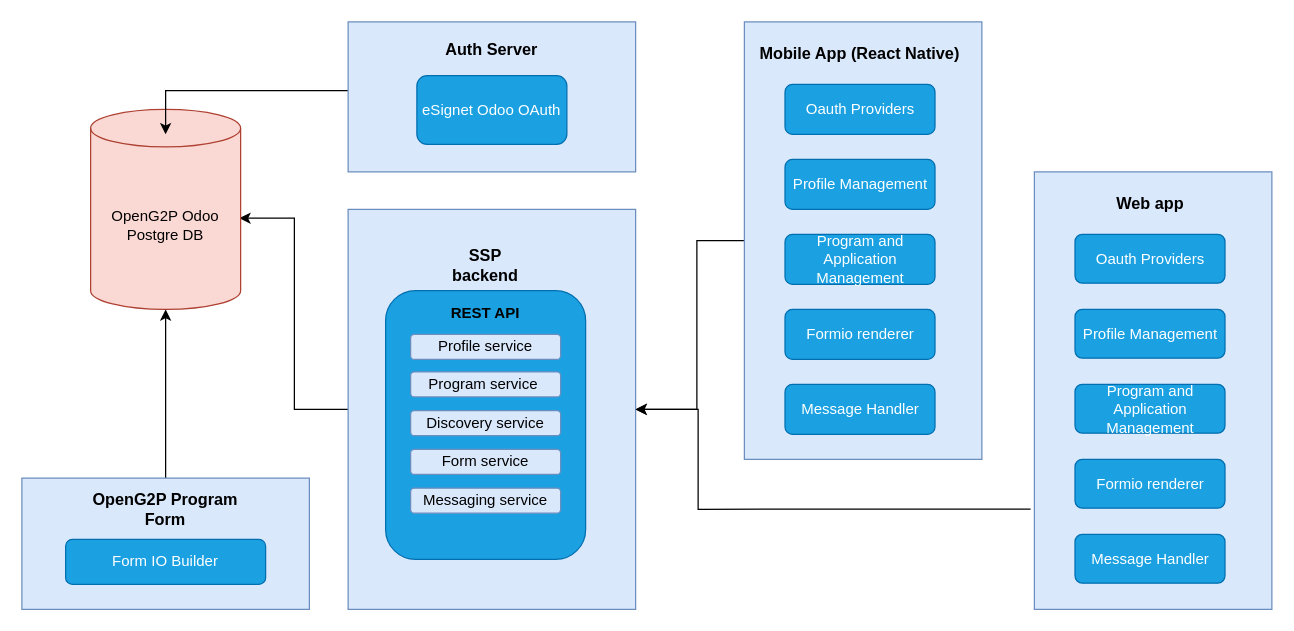
Above: .gitbook/assets/self-service-portal.drawio in OpenG2P/openg2p-documentation (draw.io), before the change. Source tidied: cells renumbered, new cells numbered last; positions are measured from the earlier drawing's top-left corner, leaving out a move shared by most shapes. Both pictures are drawn from the tidied source at 125%, with x=0, y=0 at pixel (21, 21).
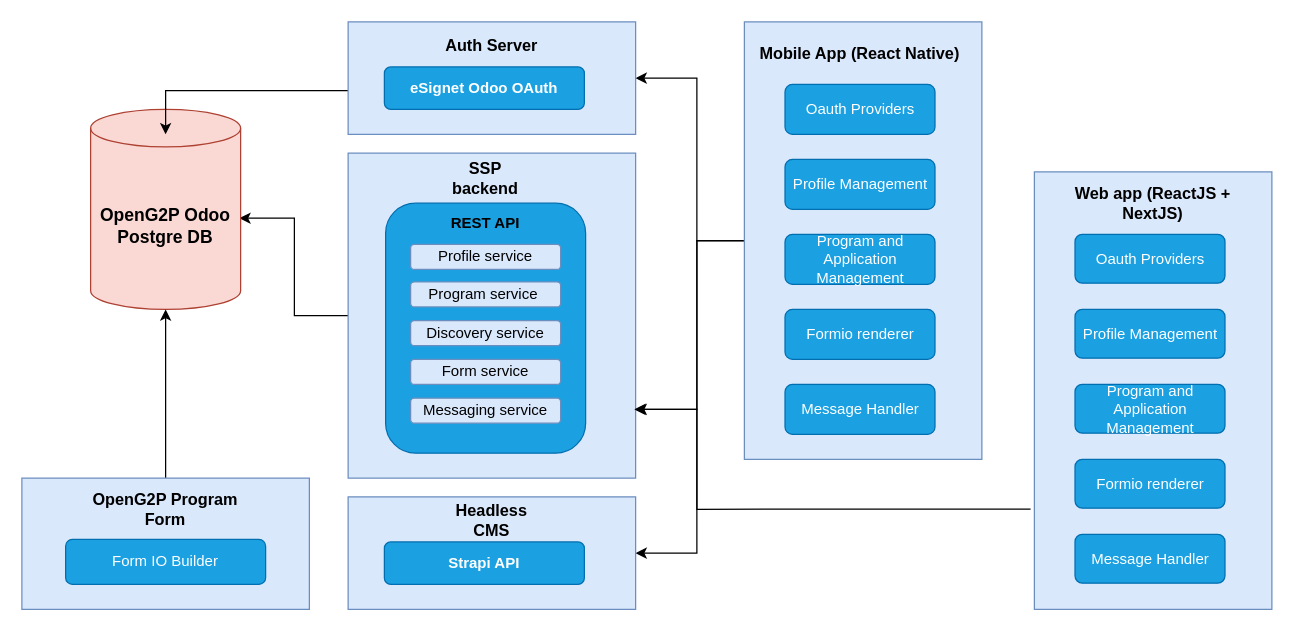
After the change.

The change refers to these unchanged cells:
```xml
<mxCell id="5" style="rounded=0;whiteSpace=wrap;html=1;fillColor=#dae8fc;strokeColor=#6c8ebf;" parent="1" vertex="1">
  <mxGeometry x="578" width="190" height="350" as="geometry" />
</mxCell>
<mxCell id="6" style="rounded=0;whiteSpace=wrap;html=1;fillColor=#dae8fc;strokeColor=#6c8ebf;" parent="1" vertex="1">
  <mxGeometry x="810" y="120" width="190" height="350" as="geometry" />
</mxCell>
```

Change to the diagram source:
```diff
@@
     <mxCell id="3" style="rounded=0;whiteSpace=wrap;html=1;fillColor=#dae8fc;strokeColor=#6c8ebf;" parent="1" vertex="1">
-      <mxGeometry x="261" y="150" width="230" height="320" as="geometry" />
+      <mxGeometry x="261" y="105" width="230" height="260" as="geometry" />
     </mxCell>
@@
+    <mxCell id="37" style="edgeStyle=orthogonalEdgeStyle;rounded=0;jettySize=auto;html=1;entryX=1;entryY=0.5;entryDx=0;entryDy=0;" parent="1" edge="1" source="5" target="18">
+      <mxGeometry relative="1" as="geometry">
+        <Array as="points">
+          <mxPoint x="540" y="175" />
+          <mxPoint x="540" y="45" />
+        </Array>
+      </mxGeometry>
+    </mxCell>
+    <mxCell id="38" style="edgeStyle=orthogonalEdgeStyle;rounded=0;jettySize=auto;html=1;entryX=1;entryY=0.5;entryDx=0;entryDy=0;" parent="1" edge="1" source="5" target="39">
+      <mxGeometry relative="1" as="geometry">
+        <Array as="points">
+          <mxPoint x="540" y="175" />
+          <mxPoint x="540" y="425" />
+        </Array>
+      </mxGeometry>
+    </mxCell>
@@
-    <mxCell id="7" value="OpenG2P Odoo &lt;br&gt;Postgre DB" style="shape=cylinder3;whiteSpace=wrap;html=1;boundedLbl=1;backgroundOutline=1;size=15;fillColor=#fad9d5;strokeColor=#ae4132;" parent="1" vertex="1">
+    <mxCell id="7" value="OpenG2P Odoo &lt;br style=&quot;font-size: 14px;&quot;&gt;Postgre DB" style="shape=cylinder3;whiteSpace=wrap;html=1;boundedLbl=1;backgroundOutline=1;size=15;fillColor=#fad9d5;strokeColor=#ae4132;fontStyle=1;fontSize=14;" parent="1" vertex="1">
       <mxGeometry x="55" y="70" width="120" height="160" as="geometry" />
     </mxCell>
     <mxCell id="8" style="rounded=1;whiteSpace=wrap;html=1;fillColor=#1ba1e2;strokeColor=#006EAF;fontColor=#ffffff;" parent="1" vertex="1">
-      <mxGeometry x="291" y="215" width="160" height="215" as="geometry" />
+      <mxGeometry x="291" y="145" width="160" height="200" as="geometry" />
     </mxCell>
@@
-    <mxCell id="10" value="Web app" style="text;html=1;strokeColor=none;fillColor=none;align=center;verticalAlign=middle;whiteSpace=wrap;rounded=0;fontSize=13;fontStyle=1;" parent="1" vertex="1">
-      <mxGeometry x="872.5" y="130" width="60" height="30" as="geometry" />
+    <mxCell id="10" value="Web app (ReactJS + NextJS)" style="text;html=1;strokeColor=none;fillColor=none;align=center;verticalAlign=middle;whiteSpace=wrap;rounded=0;fontSize=13;fontStyle=1;" parent="1" vertex="1">
+      <mxGeometry x="820" y="130" width="170" height="30" as="geometry" />
     </mxCell>
@@
     <mxCell id="12" value="SSP backend" style="text;html=1;strokeColor=none;fillColor=none;align=center;verticalAlign=middle;whiteSpace=wrap;rounded=0;fontSize=13;fontStyle=1;" parent="1" vertex="1">
-      <mxGeometry x="331" y="180" width="80" height="30" as="geometry" />
+      <mxGeometry x="331" y="110" width="80" height="30" as="geometry" />
     </mxCell>
@@
     <mxCell id="18" style="rounded=0;whiteSpace=wrap;html=1;fillColor=#dae8fc;strokeColor=#6c8ebf;" parent="1" vertex="1">
-      <mxGeometry x="261" width="230" height="120" as="geometry" />
+      <mxGeometry x="261" width="230" height="90" as="geometry" />
     </mxCell>
-    <mxCell id="19" value="eSignet Odoo OAuth" style="rounded=1;whiteSpace=wrap;html=1;fillColor=#1ba1e2;strokeColor=#006EAF;fontColor=#ffffff;" parent="1" vertex="1">
-      <mxGeometry x="316" y="43" width="120" height="55" as="geometry" />
+    <mxCell id="19" value="eSignet Odoo OAuth" style="rounded=1;whiteSpace=wrap;html=1;fillColor=#1ba1e2;strokeColor=#006EAF;fontColor=#ffffff;fontStyle=1;" parent="1" vertex="1">
+      <mxGeometry x="290" y="36" width="160" height="34" as="geometry" />
     </mxCell>
     <mxCell id="20" value="Auth Server" style="text;html=1;strokeColor=none;fillColor=none;align=center;verticalAlign=middle;whiteSpace=wrap;rounded=0;fontSize=13;fontStyle=1;" parent="1" vertex="1">
-      <mxGeometry x="336" y="7" width="80" height="30" as="geometry" />
+      <mxGeometry x="336" y="4" width="80" height="30" as="geometry" />
     </mxCell>
@@
-    <mxCell id="24" style="edgeStyle=orthogonalEdgeStyle;rounded=0;jettySize=auto;html=1;entryX=1;entryY=0.5;entryDx=0;entryDy=0;exitX=-0.016;exitY=0.771;exitDx=0;exitDy=0;exitPerimeter=0;" parent="1" edge="1" source="6" target="3">
+    <mxCell id="24" style="edgeStyle=orthogonalEdgeStyle;rounded=0;jettySize=auto;html=1;exitX=-0.016;exitY=0.771;exitDx=0;exitDy=0;exitPerimeter=0;" parent="1" edge="1" source="6">
       <mxGeometry relative="1" as="geometry">
+        <mxPoint x="490" y="310" as="targetPoint" />
         <Array as="points">
-          <mxPoint x="541" y="390" />
-          <mxPoint x="541" y="310" />
+          <mxPoint x="540" y="390" />
+          <mxPoint x="540" y="310" />
         </Array>
       </mxGeometry>
     </mxCell>
@@
     <mxCell id="31" value="REST API" style="text;html=1;strokeColor=none;fillColor=none;align=center;verticalAlign=middle;whiteSpace=wrap;rounded=0;fontStyle=1;" parent="1" vertex="1">
-      <mxGeometry x="341" y="218" width="60" height="30" as="geometry" />
+      <mxGeometry x="341" y="146" width="60" height="30" as="geometry" />
     </mxCell>
     <mxCell id="32" value="Profile service" style="rounded=1;whiteSpace=wrap;html=1;fillColor=#dae8fc;strokeColor=#6c8ebf;" parent="1" vertex="1">
-      <mxGeometry x="311" y="250" width="120" height="20" as="geometry" />
+      <mxGeometry x="311" y="178" width="120" height="20" as="geometry" />
     </mxCell>
     <mxCell id="33" value="Program service&amp;nbsp;" style="rounded=1;whiteSpace=wrap;html=1;fillColor=#dae8fc;strokeColor=#6c8ebf;" parent="1" vertex="1">
-      <mxGeometry x="311" y="280" width="120" height="20" as="geometry" />
+      <mxGeometry x="311" y="208" width="120" height="20" as="geometry" />
     </mxCell>
     <mxCell id="34" value="Form service" style="rounded=1;whiteSpace=wrap;html=1;fillColor=#dae8fc;strokeColor=#6c8ebf;" parent="1" vertex="1">
-      <mxGeometry x="311" y="342" width="120" height="20" as="geometry" />
+      <mxGeometry x="311" y="270" width="120" height="20" as="geometry" />
     </mxCell>
     <mxCell id="35" value="Messaging service" style="rounded=1;whiteSpace=wrap;html=1;fillColor=#dae8fc;strokeColor=#6c8ebf;" parent="1" vertex="1">
-      <mxGeometry x="311" y="373" width="120" height="20" as="geometry" />
+      <mxGeometry x="311" y="301" width="120" height="20" as="geometry" />
     </mxCell>
     <mxCell id="36" value="Discovery service" style="rounded=1;whiteSpace=wrap;html=1;fillColor=#dae8fc;strokeColor=#6c8ebf;" parent="1" vertex="1">
-      <mxGeometry x="311" y="311" width="120" height="20" as="geometry" />
+      <mxGeometry x="311" y="239" width="120" height="20" as="geometry" />
     </mxCell>
+    <mxCell id="39" style="rounded=0;whiteSpace=wrap;html=1;fillColor=#dae8fc;strokeColor=#6c8ebf;" parent="1" vertex="1">
+      <mxGeometry x="261" y="380" width="230" height="90" as="geometry" />
+    </mxCell>
+    <mxCell id="40" value="Strapi API" style="rounded=1;whiteSpace=wrap;html=1;fillColor=#1ba1e2;strokeColor=#006EAF;fontColor=#ffffff;fontStyle=1;" parent="1" vertex="1">
+      <mxGeometry x="290" y="416" width="160" height="34" as="geometry" />
+    </mxCell>
+    <mxCell id="41" value="Headless CMS" style="text;html=1;strokeColor=none;fillColor=none;align=center;verticalAlign=middle;whiteSpace=wrap;rounded=0;fontSize=13;fontStyle=1;" parent="1" vertex="1">
+      <mxGeometry x="336" y="384" width="80" height="30" as="geometry" />
+    </mxCell>
```
